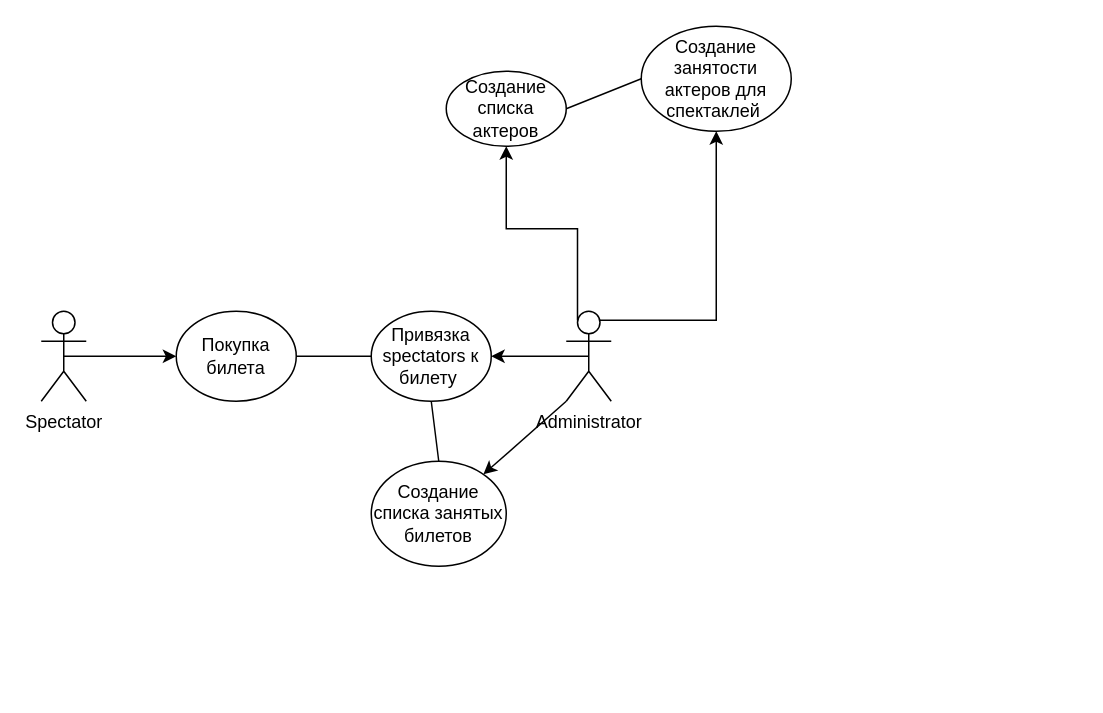
Before: page "Страница 2" (2 of 2) of База данных театра.drawio in MakarovIS/Data-base, a draw.io diagram. Source tidied: cells renumbered, new cells numbered last; positions are measured from the earlier drawing's top-left corner, leaving out a move shared by most shapes. Both pictures are drawn from the tidied source at 150%, with x=0, y=0 at pixel (40, 26).
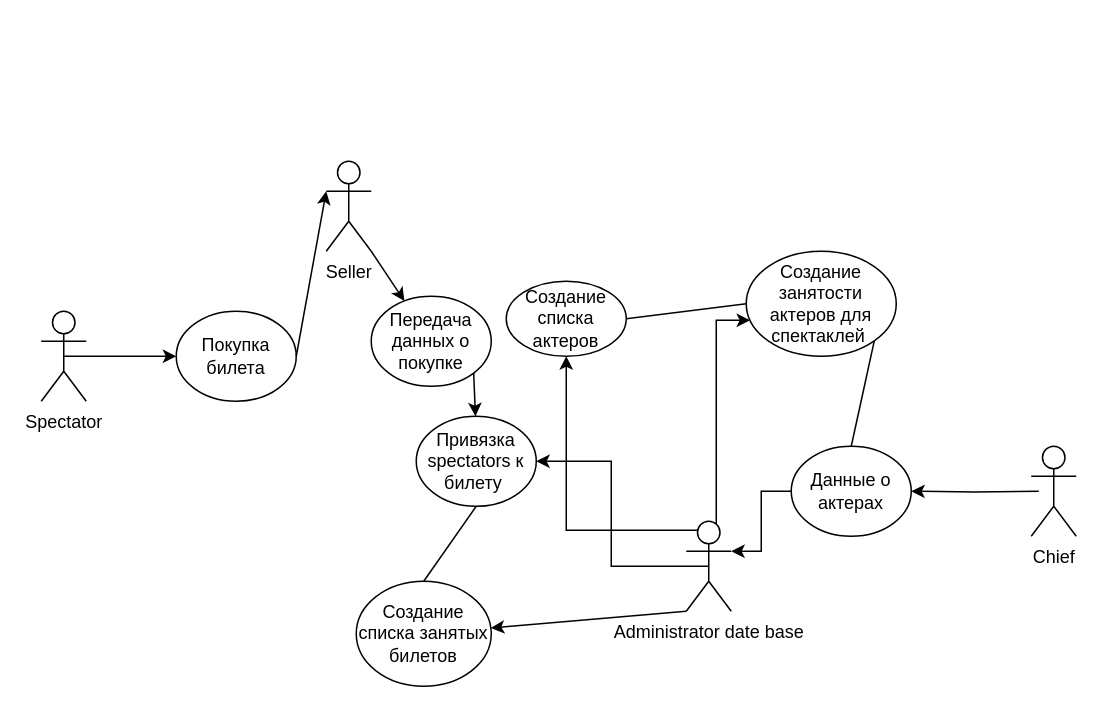
Above is the later version.

Unchanged cells that the change refers to:
```xml
<mxCell id="8" value="Покупка билета" style="ellipse;whiteSpace=wrap;html=1;" parent="1" vertex="1">
  <mxGeometry x="90" y="190" width="80" height="60" as="geometry" />
</mxCell>
```

What changed in the source:
```diff
@@
-    <mxCell id="7" value="Administrator&lt;br&gt;" style="shape=umlActor;verticalLabelPosition=bottom;verticalAlign=top;html=1;outlineConnect=0;" parent="1" vertex="1">
-      <mxGeometry x="350" y="190" width="30" height="60" as="geometry" />
+    <mxCell id="7" value="Administrator date base&lt;br&gt;" style="shape=umlActor;verticalLabelPosition=bottom;verticalAlign=top;html=1;outlineConnect=0;" parent="1" vertex="1">
+      <mxGeometry x="430" y="330" width="30" height="60" as="geometry" />
     </mxCell>
@@
     <mxCell id="9" value="Привязка spectators к билету&amp;nbsp;" style="ellipse;whiteSpace=wrap;html=1;" parent="1" vertex="1">
-      <mxGeometry x="220" y="190" width="80" height="60" as="geometry" />
+      <mxGeometry x="250" y="260" width="80" height="60" as="geometry" />
     </mxCell>
-    <mxCell id="10" style="endArrow=none;html=1;rounded=0;entryX=0;entryY=0.5;entryDx=0;entryDy=0;" parent="1" edge="1" target="9">
-      <mxGeometry relative="1" as="geometry">
-        <mxPoint x="170" y="220" as="sourcePoint" />
-      </mxGeometry>
-    </mxCell>
     <mxCell id="11" value="Создание списка актеров" style="ellipse;whiteSpace=wrap;html=1;" parent="1" vertex="1">
-      <mxGeometry x="270" y="30" width="80" height="50" as="geometry" />
+      <mxGeometry x="310" y="170" width="80" height="50" as="geometry" />
     </mxCell>
     <mxCell id="12" value="Создание занятости актеров для спектаклей&amp;nbsp;" style="ellipse;whiteSpace=wrap;html=1;" parent="1" vertex="1">
-      <mxGeometry x="400" width="100" height="70" as="geometry" />
+      <mxGeometry x="470" y="150" width="100" height="70" as="geometry" />
     </mxCell>
@@
     <mxCell id="15" value="Создание списка занятых билетов" style="ellipse;whiteSpace=wrap;html=1;" parent="1" vertex="1">
-      <mxGeometry x="220" y="290" width="90" height="70" as="geometry" />
+      <mxGeometry x="210" y="370" width="90" height="70" as="geometry" />
     </mxCell>
@@
+    <mxCell id="17" style="edgeStyle=orthogonalEdgeStyle;rounded=0;jettySize=auto;html=1;exitX=0.5;exitY=0.5;exitDx=0;exitDy=0;exitPerimeter=0;entryX=1;entryY=0.5;entryDx=0;entryDy=0;" parent="1" edge="1" target="19">
+      <mxGeometry relative="1" as="geometry">
+        <mxPoint x="665" y="310" as="sourcePoint" />
+      </mxGeometry>
+    </mxCell>
+    <mxCell id="18" style="edgeStyle=orthogonalEdgeStyle;rounded=0;jettySize=auto;html=1;exitX=0;exitY=0.5;exitDx=0;exitDy=0;entryX=1;entryY=0.3333333333333333;entryDx=0;entryDy=0;entryPerimeter=0;" parent="1" edge="1" source="19" target="7">
+      <mxGeometry relative="1" as="geometry" />
+    </mxCell>
+    <mxCell id="19" value="Данные о актерах" style="ellipse;whiteSpace=wrap;html=1;" parent="1" vertex="1">
+      <mxGeometry x="500" y="280" width="80" height="60" as="geometry" />
+    </mxCell>
+    <mxCell id="20" value="Сhief" style="shape=umlActor;verticalLabelPosition=bottom;verticalAlign=top;html=1;" parent="1" vertex="1">
+      <mxGeometry x="660" y="280" width="30" height="60" as="geometry" />
+    </mxCell>
+    <mxCell id="21" style="endArrow=none;html=1;rounded=0;entryX=1;entryY=1;entryDx=0;entryDy=0;exitX=0.5;exitY=0;exitDx=0;exitDy=0;" parent="1" edge="1" source="19" target="12">
+      <mxGeometry relative="1" as="geometry" />
+    </mxCell>
+    <mxCell id="22" value="Seller" style="shape=umlActor;verticalLabelPosition=bottom;verticalAlign=top;html=1;outlineConnect=0;" parent="1" vertex="1">
+      <mxGeometry x="190" y="90" width="30" height="60" as="geometry" />
+    </mxCell>
+    <mxCell id="23" style="endArrow=classic;html=1;rounded=0;exitX=1;exitY=0.5;exitDx=0;exitDy=0;entryX=0;entryY=0.3333333333333333;entryDx=0;entryDy=0;entryPerimeter=0;" parent="1" edge="1" source="8" target="22">
+      <mxGeometry relative="1" as="geometry" />
+    </mxCell>
+    <mxCell id="24" style="endArrow=classic;html=1;rounded=0;exitX=1;exitY=1;exitDx=0;exitDy=0;exitPerimeter=0;" parent="1" edge="1" source="22" target="25">
+      <mxGeometry relative="1" as="geometry" />
+    </mxCell>
+    <mxCell id="25" value="Передача данных о покупке" style="ellipse;whiteSpace=wrap;html=1;" parent="1" vertex="1">
+      <mxGeometry x="220" y="180" width="80" height="60" as="geometry" />
+    </mxCell>
+    <mxCell id="26" style="endArrow=classic;html=1;rounded=0;exitX=1;exitY=1;exitDx=0;exitDy=0;" parent="1" edge="1" source="25" target="9">
+      <mxGeometry relative="1" as="geometry" />
+    </mxCell>
```
